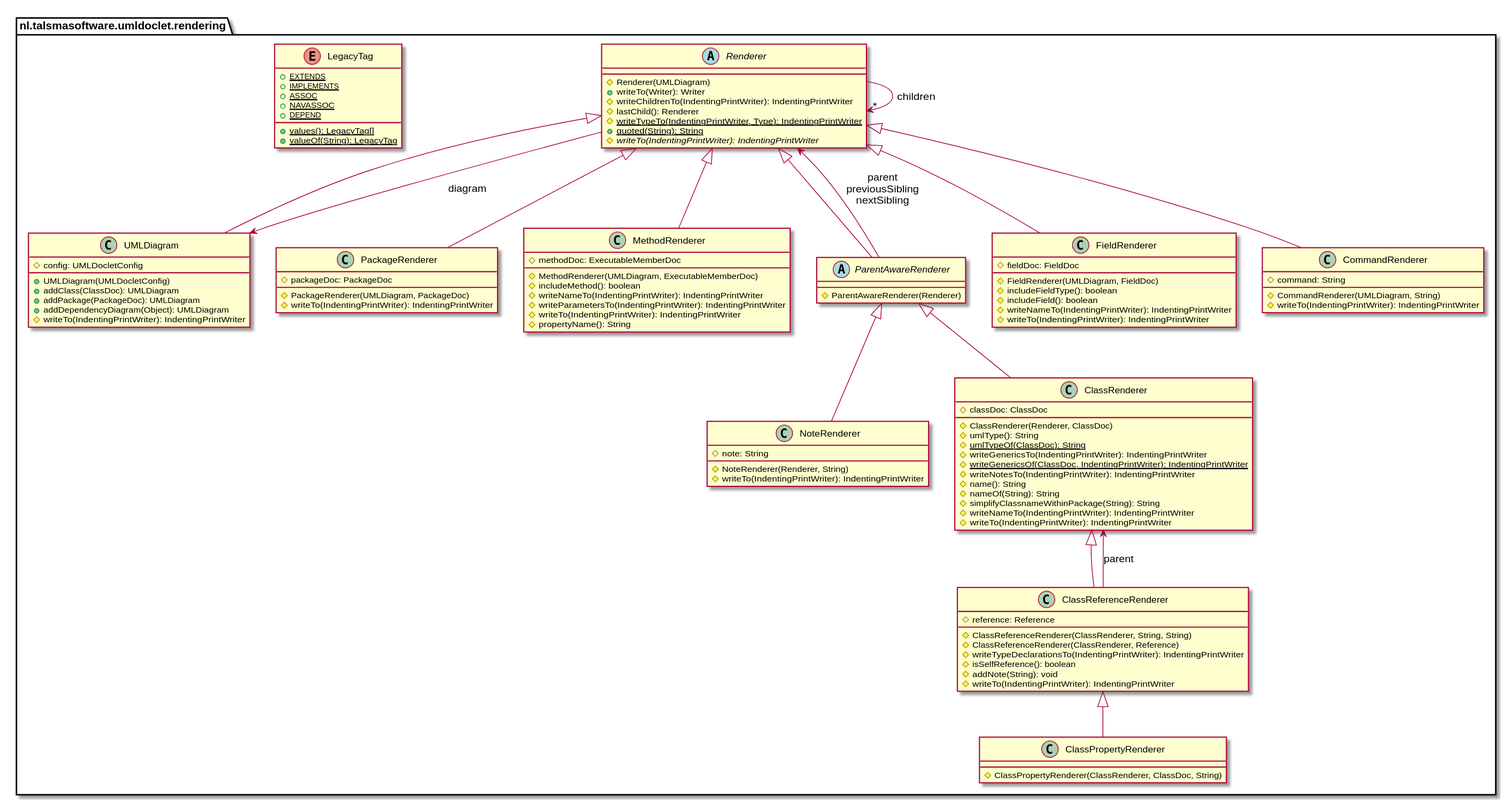
This is example/rendering-package.svg from talsma-ict/umldoclet, a PlantUML export, as it was before one commit. Its source is kept beside it as example/rendering-package.puml.
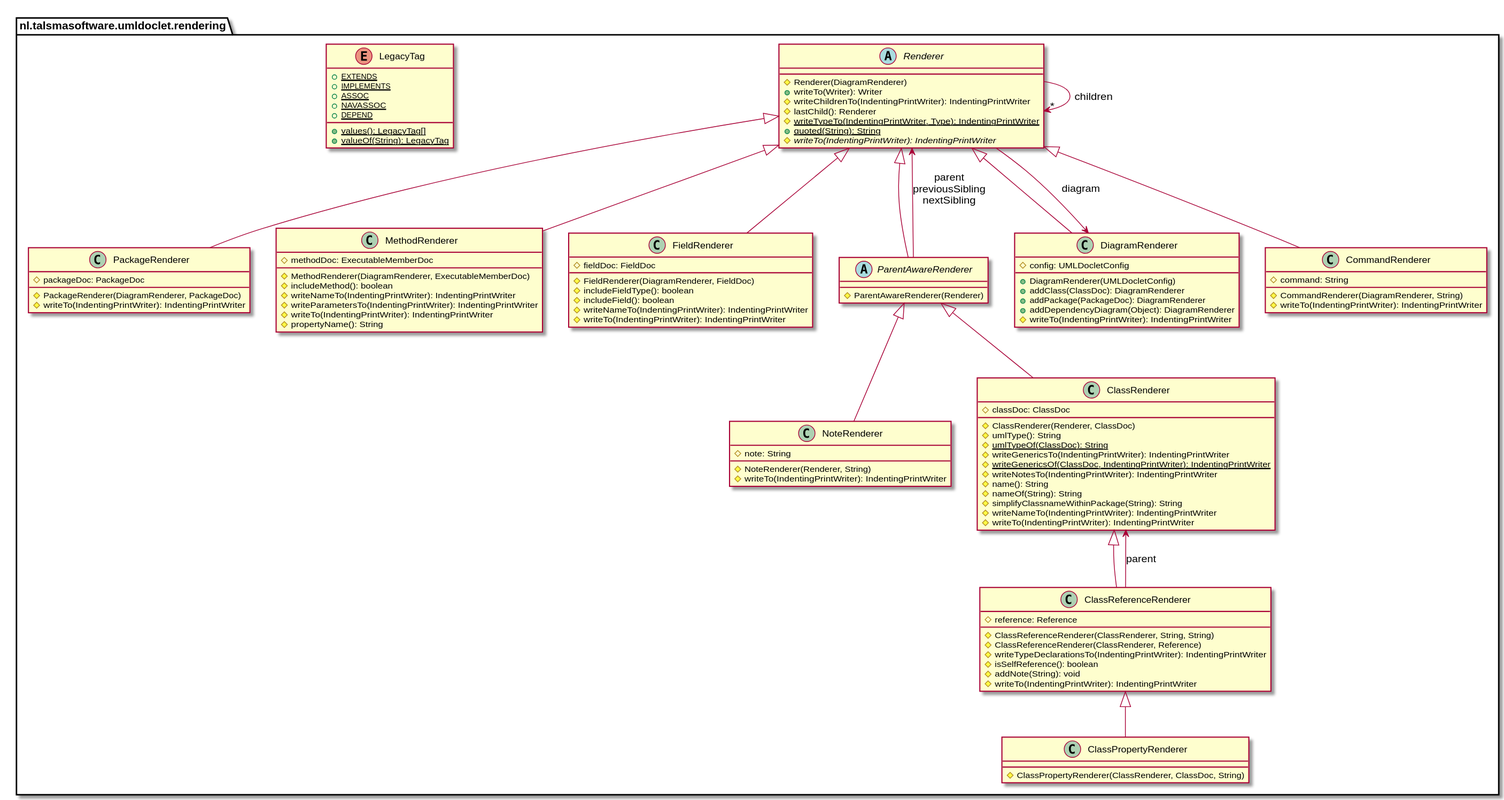
Above is the later version.

Change to the diagram source:
```diff
@@ -2,17 +2,8 @@
 
     namespace nl.talsmasoftware.umldoclet.rendering {
 
-        class UMLDiagram {
-            #config: UMLDocletConfig
-            +UMLDiagram(UMLDocletConfig)
-            +addClass(ClassDoc): UMLDiagram
-            +addPackage(PackageDoc): UMLDiagram
-            +addDependencyDiagram(Object): UMLDiagram
-            #writeTo(IndentingPrintWriter): IndentingPrintWriter
-        }
-
         abstract class Renderer {
-            #Renderer(UMLDiagram)
+            #Renderer(DiagramRenderer)
             +writeTo(Writer): Writer
             #writeChildrenTo(IndentingPrintWriter): IndentingPrintWriter
             #lastChild(): Renderer
@@ -27,7 +18,7 @@
 
         class PackageRenderer {
             #packageDoc: PackageDoc
-            #PackageRenderer(UMLDiagram, PackageDoc)
+            #PackageRenderer(DiagramRenderer, PackageDoc)
             #writeTo(IndentingPrintWriter): IndentingPrintWriter
         }
 
@@ -39,7 +30,7 @@
 
         class MethodRenderer {
             #methodDoc: ExecutableMemberDoc
-            #MethodRenderer(UMLDiagram, ExecutableMemberDoc)
+            #MethodRenderer(DiagramRenderer, ExecutableMemberDoc)
             #includeMethod(): boolean
             #writeNameTo(IndentingPrintWriter): IndentingPrintWriter
             #writeParametersTo(IndentingPrintWriter): IndentingPrintWriter
@@ -59,16 +50,25 @@
 
         class FieldRenderer {
             #fieldDoc: FieldDoc
-            #FieldRenderer(UMLDiagram, FieldDoc)
+            #FieldRenderer(DiagramRenderer, FieldDoc)
             #includeFieldType(): boolean
             #includeField(): boolean
             #writeNameTo(IndentingPrintWriter): IndentingPrintWriter
             #writeTo(IndentingPrintWriter): IndentingPrintWriter
         }
 
+        class DiagramRenderer {
+            #config: UMLDocletConfig
+            +DiagramRenderer(UMLDocletConfig)
+            +addClass(ClassDoc): DiagramRenderer
+            +addPackage(PackageDoc): DiagramRenderer
+            +addDependencyDiagram(Object): DiagramRenderer
+            #writeTo(IndentingPrintWriter): IndentingPrintWriter
+        }
+
         class CommandRenderer {
             #command: String
-            #CommandRenderer(UMLDiagram, String)
+            #CommandRenderer(DiagramRenderer, String)
             #writeTo(IndentingPrintWriter): IndentingPrintWriter
         }
 
@@ -101,8 +101,6 @@
             #ClassPropertyRenderer(ClassRenderer, ClassDoc, String)
         }
 
-        Renderer <|-- UMLDiagram
-
         Renderer <|-- ParentAwareRenderer
 
         Renderer <|-- PackageRenderer
@@ -113,6 +111,8 @@
 
         Renderer <|-- FieldRenderer
 
+        Renderer <|-- DiagramRenderer
+
         Renderer <|-- CommandRenderer
 
         ParentAwareRenderer <|-- ClassRenderer
@@ -121,7 +121,7 @@
 
         ClassReferenceRenderer <|-- ClassPropertyRenderer
 
-        Renderer --> UMLDiagram: diagram
+        Renderer --> DiagramRenderer: diagram
 
         Renderer --> "*" Renderer: children
 
```
